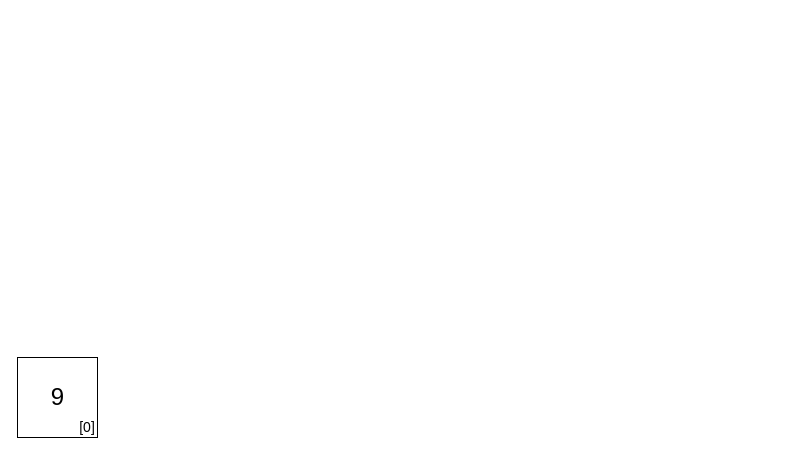
Bryan0324/fudan_cppclass keeps this draw.io diagram as 講義/pic/SegTree.drawio. Above is the earlier version. Source tidied: cells renumbered, new cells numbered last; positions are measured from the earlier drawing's top-left corner, leaving out a move shared by most shapes. Both pictures are drawn from the tidied source at 100%, with x=0, y=0 at pixel (17, 357).
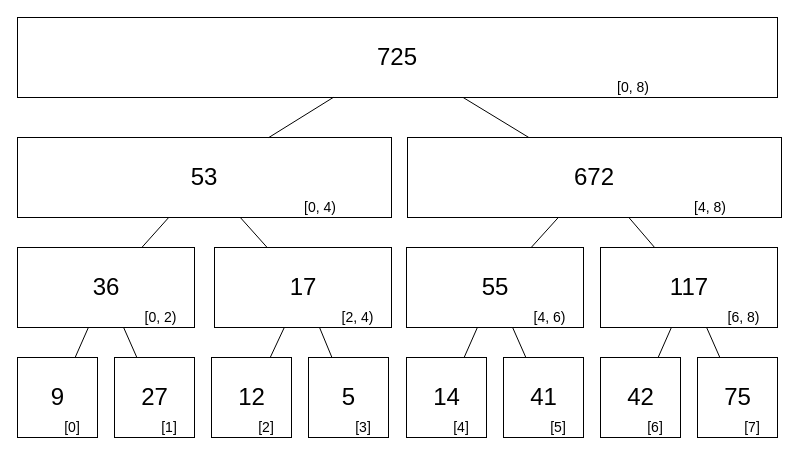
The same page after the edit.

Change to the diagram source:
```diff
@@
+    <mxCell id="5" style="group;" parent="1" vertex="1">
+      <mxGeometry width="80" height="80" as="geometry" />
+    </mxCell>
-    <mxCell id="2" style="rounded=0;whiteSpace=wrap;html=1;" parent="1" vertex="1">
+    <mxCell id="2" style="rounded=0;whiteSpace=wrap;html=1;" parent="5" vertex="1">
       <mxGeometry width="80" height="80" as="geometry" />
     </mxCell>
-    <mxCell id="3" value="&lt;font style=&quot;font-size: 24px;&quot;&gt;9&lt;/font&gt;" style="text;html=1;align=center;verticalAlign=middle;whiteSpace=wrap;rounded=0;" parent="1" vertex="1">
+    <mxCell id="3" value="&lt;font style=&quot;font-size: 24px;&quot;&gt;9&lt;/font&gt;" style="text;html=1;align=center;verticalAlign=middle;whiteSpace=wrap;rounded=0;" parent="5" vertex="1">
       <mxGeometry x="17.5" y="25" width="45" height="30" as="geometry" />
     </mxCell>
-    <mxCell id="4" value="&lt;font style=&quot;font-size: 14px;&quot;&gt;[0]&lt;/font&gt;" style="text;html=1;align=center;verticalAlign=middle;whiteSpace=wrap;rounded=0;" parent="1" vertex="1">
-      <mxGeometry x="50" y="60" width="40" height="20" as="geometry" />
+    <mxCell id="4" value="&lt;font style=&quot;font-size: 14px;&quot;&gt;[0]&lt;/font&gt;" style="text;html=1;align=center;verticalAlign=middle;whiteSpace=wrap;rounded=0;" parent="5" vertex="1">
+      <mxGeometry x="30" y="60" width="50" height="20" as="geometry" />
     </mxCell>
+    <mxCell id="6" style="group;" parent="1" vertex="1">
+      <mxGeometry x="97" width="80" height="80" as="geometry" />
+    </mxCell>
+    <mxCell id="7" style="rounded=0;whiteSpace=wrap;html=1;" parent="6" vertex="1">
+      <mxGeometry width="80" height="80" as="geometry" />
+    </mxCell>
+    <mxCell id="8" value="&lt;font style=&quot;font-size: 24px;&quot;&gt;27&lt;/font&gt;" style="text;html=1;align=center;verticalAlign=middle;whiteSpace=wrap;rounded=0;" parent="6" vertex="1">
+      <mxGeometry x="17.5" y="25" width="45" height="30" as="geometry" />
+    </mxCell>
+    <mxCell id="9" value="&lt;font style=&quot;font-size: 14px;&quot;&gt;[1]&lt;/font&gt;" style="text;html=1;align=center;verticalAlign=middle;whiteSpace=wrap;rounded=0;" parent="6" vertex="1">
+      <mxGeometry x="30" y="60" width="50" height="20" as="geometry" />
+    </mxCell>
+    <mxCell id="10" style="group;" parent="1" vertex="1">
+      <mxGeometry x="194" width="80" height="80" as="geometry" />
+    </mxCell>
+    <mxCell id="11" style="rounded=0;whiteSpace=wrap;html=1;" parent="10" vertex="1">
+      <mxGeometry width="80" height="80" as="geometry" />
+    </mxCell>
+    <mxCell id="12" value="&lt;font style=&quot;font-size: 24px;&quot;&gt;12&lt;/font&gt;" style="text;html=1;align=center;verticalAlign=middle;whiteSpace=wrap;rounded=0;" parent="10" vertex="1">
+      <mxGeometry x="17.5" y="25" width="45" height="30" as="geometry" />
+    </mxCell>
+    <mxCell id="13" value="&lt;font style=&quot;font-size: 14px;&quot;&gt;[2]&lt;/font&gt;" style="text;html=1;align=center;verticalAlign=middle;whiteSpace=wrap;rounded=0;" parent="10" vertex="1">
+      <mxGeometry x="30" y="60" width="50" height="20" as="geometry" />
+    </mxCell>
+    <mxCell id="14" style="group;" parent="1" vertex="1">
+      <mxGeometry x="291" width="80" height="80" as="geometry" />
+    </mxCell>
+    <mxCell id="15" style="rounded=0;whiteSpace=wrap;html=1;" parent="14" vertex="1">
+      <mxGeometry width="80" height="80" as="geometry" />
+    </mxCell>
+    <mxCell id="16" value="&lt;font style=&quot;font-size: 24px;&quot;&gt;5&lt;/font&gt;" style="text;html=1;align=center;verticalAlign=middle;whiteSpace=wrap;rounded=0;" parent="14" vertex="1">
+      <mxGeometry x="17.5" y="25" width="45" height="30" as="geometry" />
+    </mxCell>
+    <mxCell id="17" value="&lt;font style=&quot;font-size: 14px;&quot;&gt;[3]&lt;/font&gt;" style="text;html=1;align=center;verticalAlign=middle;whiteSpace=wrap;rounded=0;" parent="14" vertex="1">
+      <mxGeometry x="30" y="60" width="50" height="20" as="geometry" />
+    </mxCell>
+    <mxCell id="18" style="group;" parent="1" vertex="1">
+      <mxGeometry x="389" width="80" height="80" as="geometry" />
+    </mxCell>
+    <mxCell id="19" style="rounded=0;whiteSpace=wrap;html=1;" parent="18" vertex="1">
+      <mxGeometry width="80" height="80" as="geometry" />
+    </mxCell>
+    <mxCell id="20" value="&lt;span style=&quot;font-size: 24px;&quot;&gt;14&lt;/span&gt;" style="text;html=1;align=center;verticalAlign=middle;whiteSpace=wrap;rounded=0;" parent="18" vertex="1">
+      <mxGeometry x="17.5" y="25" width="45" height="30" as="geometry" />
+    </mxCell>
+    <mxCell id="21" value="&lt;font style=&quot;font-size: 14px;&quot;&gt;[4]&lt;/font&gt;" style="text;html=1;align=center;verticalAlign=middle;whiteSpace=wrap;rounded=0;" parent="18" vertex="1">
+      <mxGeometry x="30" y="60" width="50" height="20" as="geometry" />
+    </mxCell>
+    <mxCell id="22" style="group;" parent="1" vertex="1">
+      <mxGeometry x="486" width="80" height="80" as="geometry" />
+    </mxCell>
+    <mxCell id="23" style="rounded=0;whiteSpace=wrap;html=1;" parent="22" vertex="1">
+      <mxGeometry width="80" height="80" as="geometry" />
+    </mxCell>
+    <mxCell id="24" value="&lt;font style=&quot;font-size: 24px;&quot;&gt;41&lt;/font&gt;" style="text;html=1;align=center;verticalAlign=middle;whiteSpace=wrap;rounded=0;" parent="22" vertex="1">
+      <mxGeometry x="17.5" y="25" width="45" height="30" as="geometry" />
+    </mxCell>
+    <mxCell id="25" value="&lt;font style=&quot;font-size: 14px;&quot;&gt;[5]&lt;/font&gt;" style="text;html=1;align=center;verticalAlign=middle;whiteSpace=wrap;rounded=0;" parent="22" vertex="1">
+      <mxGeometry x="30" y="60" width="50" height="20" as="geometry" />
+    </mxCell>
+    <mxCell id="26" style="group;" parent="1" vertex="1">
+      <mxGeometry x="583" width="80" height="80" as="geometry" />
+    </mxCell>
+    <mxCell id="27" style="rounded=0;whiteSpace=wrap;html=1;" parent="26" vertex="1">
+      <mxGeometry width="80" height="80" as="geometry" />
+    </mxCell>
+    <mxCell id="28" value="&lt;span style=&quot;font-size: 24px;&quot;&gt;42&lt;/span&gt;" style="text;html=1;align=center;verticalAlign=middle;whiteSpace=wrap;rounded=0;" parent="26" vertex="1">
+      <mxGeometry x="17.5" y="25" width="45" height="30" as="geometry" />
+    </mxCell>
+    <mxCell id="29" value="&lt;font style=&quot;font-size: 14px;&quot;&gt;[6]&lt;/font&gt;" style="text;html=1;align=center;verticalAlign=middle;whiteSpace=wrap;rounded=0;" parent="26" vertex="1">
+      <mxGeometry x="30" y="60" width="50" height="20" as="geometry" />
+    </mxCell>
+    <mxCell id="30" style="group;" parent="1" vertex="1">
+      <mxGeometry x="680" width="80" height="80" as="geometry" />
+    </mxCell>
+    <mxCell id="31" style="rounded=0;whiteSpace=wrap;html=1;" parent="30" vertex="1">
+      <mxGeometry width="80" height="80" as="geometry" />
+    </mxCell>
+    <mxCell id="32" value="&lt;font style=&quot;font-size: 24px;&quot;&gt;75&lt;/font&gt;" style="text;html=1;align=center;verticalAlign=middle;whiteSpace=wrap;rounded=0;" parent="30" vertex="1">
+      <mxGeometry x="17.5" y="25" width="45" height="30" as="geometry" />
+    </mxCell>
+    <mxCell id="33" value="&lt;font style=&quot;font-size: 14px;&quot;&gt;[7]&lt;/font&gt;" style="text;html=1;align=center;verticalAlign=middle;whiteSpace=wrap;rounded=0;" parent="30" vertex="1">
+      <mxGeometry x="30" y="60" width="50" height="20" as="geometry" />
+    </mxCell>
+    <mxCell id="34" style="group;" parent="1" vertex="1">
+      <mxGeometry y="-110" width="177" height="80" as="geometry" />
+    </mxCell>
+    <mxCell id="35" style="rounded=0;whiteSpace=wrap;html=1;" parent="34" vertex="1">
+      <mxGeometry width="177" height="80" as="geometry" />
+    </mxCell>
+    <mxCell id="36" value="&lt;font style=&quot;font-size: 24px;&quot;&gt;36&lt;/font&gt;" style="text;html=1;align=center;verticalAlign=middle;whiteSpace=wrap;rounded=0;" parent="34" vertex="1">
+      <mxGeometry x="38.7" y="25" width="99.6" height="30" as="geometry" />
+    </mxCell>
+    <mxCell id="37" value="&lt;font style=&quot;font-size: 14px;&quot;&gt;[0, 2)&lt;/font&gt;" style="text;html=1;align=center;verticalAlign=middle;whiteSpace=wrap;rounded=0;" parent="34" vertex="1">
+      <mxGeometry x="110" y="60" width="67" height="20" as="geometry" />
+    </mxCell>
+    <mxCell id="38" style="group;" parent="1" vertex="1">
+      <mxGeometry x="197" y="-110" width="177" height="80" as="geometry" />
+    </mxCell>
+    <mxCell id="39" style="rounded=0;whiteSpace=wrap;html=1;" parent="38" vertex="1">
+      <mxGeometry width="177" height="80" as="geometry" />
+    </mxCell>
+    <mxCell id="40" value="&lt;font style=&quot;font-size: 24px;&quot;&gt;17&lt;/font&gt;" style="text;html=1;align=center;verticalAlign=middle;whiteSpace=wrap;rounded=0;" parent="38" vertex="1">
+      <mxGeometry x="38.7" y="25" width="99.6" height="30" as="geometry" />
+    </mxCell>
+    <mxCell id="41" value="&lt;font style=&quot;font-size: 14px;&quot;&gt;[2, 4)&lt;/font&gt;" style="text;html=1;align=center;verticalAlign=middle;whiteSpace=wrap;rounded=0;" parent="38" vertex="1">
+      <mxGeometry x="110" y="60" width="67" height="20" as="geometry" />
+    </mxCell>
+    <mxCell id="42" style="group;" parent="1" vertex="1">
+      <mxGeometry x="389" y="-110" width="177" height="80" as="geometry" />
+    </mxCell>
+    <mxCell id="43" style="rounded=0;whiteSpace=wrap;html=1;" parent="42" vertex="1">
+      <mxGeometry width="177" height="80" as="geometry" />
+    </mxCell>
+    <mxCell id="44" value="&lt;font style=&quot;font-size: 24px;&quot;&gt;55&lt;/font&gt;" style="text;html=1;align=center;verticalAlign=middle;whiteSpace=wrap;rounded=0;" parent="42" vertex="1">
+      <mxGeometry x="38.7" y="25" width="99.6" height="30" as="geometry" />
+    </mxCell>
+    <mxCell id="45" value="&lt;font style=&quot;font-size: 14px;&quot;&gt;[4, 6)&lt;/font&gt;" style="text;html=1;align=center;verticalAlign=middle;whiteSpace=wrap;rounded=0;" parent="42" vertex="1">
+      <mxGeometry x="110" y="60" width="67" height="20" as="geometry" />
+    </mxCell>
+    <mxCell id="46" style="group;" parent="1" vertex="1">
+      <mxGeometry x="583" y="-110" width="177" height="80" as="geometry" />
+    </mxCell>
+    <mxCell id="47" style="rounded=0;whiteSpace=wrap;html=1;" parent="46" vertex="1">
+      <mxGeometry width="177" height="80" as="geometry" />
+    </mxCell>
+    <mxCell id="48" value="&lt;font style=&quot;font-size: 24px;&quot;&gt;117&lt;/font&gt;" style="text;html=1;align=center;verticalAlign=middle;whiteSpace=wrap;rounded=0;" parent="46" vertex="1">
+      <mxGeometry x="38.7" y="25" width="99.6" height="30" as="geometry" />
+    </mxCell>
+    <mxCell id="49" value="&lt;font style=&quot;font-size: 14px;&quot;&gt;[6, 8)&lt;/font&gt;" style="text;html=1;align=center;verticalAlign=middle;whiteSpace=wrap;rounded=0;" parent="46" vertex="1">
+      <mxGeometry x="110" y="60" width="67" height="20" as="geometry" />
+    </mxCell>
+    <mxCell id="50" style="group;" parent="1" vertex="1">
+      <mxGeometry y="-220" width="374" height="80" as="geometry" />
+    </mxCell>
+    <mxCell id="51" style="rounded=0;whiteSpace=wrap;html=1;" parent="50" vertex="1">
+      <mxGeometry width="374" height="80" as="geometry" />
+    </mxCell>
+    <mxCell id="52" value="&lt;span style=&quot;font-size: 24px;&quot;&gt;53&lt;/span&gt;" style="text;html=1;align=center;verticalAlign=middle;whiteSpace=wrap;rounded=0;" parent="50" vertex="1">
+      <mxGeometry x="81.8" y="25" width="210.4" height="30" as="geometry" />
+    </mxCell>
+    <mxCell id="53" value="&lt;font style=&quot;font-size: 14px;&quot;&gt;[0, 4)&lt;/font&gt;" style="text;html=1;align=center;verticalAlign=middle;whiteSpace=wrap;rounded=0;" parent="50" vertex="1">
+      <mxGeometry x="232.4" y="60" width="141.6" height="20" as="geometry" />
+    </mxCell>
+    <mxCell id="54" style="group;" parent="1" vertex="1">
+      <mxGeometry x="390" y="-220" width="374" height="80" as="geometry" />
+    </mxCell>
+    <mxCell id="55" style="rounded=0;whiteSpace=wrap;html=1;" parent="54" vertex="1">
+      <mxGeometry width="374" height="80" as="geometry" />
+    </mxCell>
+    <mxCell id="56" value="&lt;font style=&quot;font-size: 24px;&quot;&gt;672&lt;/font&gt;" style="text;html=1;align=center;verticalAlign=middle;whiteSpace=wrap;rounded=0;" parent="54" vertex="1">
+      <mxGeometry x="81.8" y="25" width="210.4" height="30" as="geometry" />
+    </mxCell>
+    <mxCell id="57" value="&lt;font style=&quot;font-size: 14px;&quot;&gt;[4, 8)&lt;/font&gt;" style="text;html=1;align=center;verticalAlign=middle;whiteSpace=wrap;rounded=0;" parent="54" vertex="1">
+      <mxGeometry x="232.4" y="60" width="141.6" height="20" as="geometry" />
+    </mxCell>
+    <mxCell id="58" style="group;" parent="1" vertex="1">
+      <mxGeometry y="-340" width="760" height="80" as="geometry" />
+    </mxCell>
+    <mxCell id="59" style="rounded=0;whiteSpace=wrap;html=1;" parent="58" vertex="1">
+      <mxGeometry width="760" height="80" as="geometry" />
+    </mxCell>
+    <mxCell id="60" value="&lt;span style=&quot;font-size: 24px;&quot;&gt;725&lt;/span&gt;" style="text;html=1;align=center;verticalAlign=middle;whiteSpace=wrap;rounded=0;" parent="58" vertex="1">
+      <mxGeometry x="166.2" y="25" width="427.5" height="30" as="geometry" />
+    </mxCell>
+    <mxCell id="61" value="&lt;font style=&quot;font-size: 14px;&quot;&gt;[0, 8)&lt;/font&gt;" style="text;html=1;align=center;verticalAlign=middle;whiteSpace=wrap;rounded=0;" parent="58" vertex="1">
+      <mxGeometry x="472.3" y="60" width="287.7" height="20" as="geometry" />
+    </mxCell>
+    <mxCell id="62" style="endArrow=none;html=1;rounded=0;" parent="1" edge="1" source="59" target="55">
+      <mxGeometry relative="1" as="geometry" />
+    </mxCell>
+    <mxCell id="63" style="endArrow=none;html=1;rounded=0;" parent="1" edge="1" source="59" target="51">
+      <mxGeometry relative="1" as="geometry" />
+    </mxCell>
+    <mxCell id="64" style="endArrow=none;html=1;rounded=0;" parent="1" edge="1" source="35" target="2">
+      <mxGeometry relative="1" as="geometry" />
+    </mxCell>
+    <mxCell id="65" style="endArrow=none;html=1;rounded=0;" parent="1" edge="1" source="35" target="7">
+      <mxGeometry relative="1" as="geometry" />
+    </mxCell>
+    <mxCell id="66" style="endArrow=none;html=1;rounded=0;" parent="1" edge="1" source="39" target="11">
+      <mxGeometry relative="1" as="geometry" />
+    </mxCell>
+    <mxCell id="67" style="endArrow=none;html=1;rounded=0;" parent="1" edge="1" source="39" target="15">
+      <mxGeometry relative="1" as="geometry" />
+    </mxCell>
+    <mxCell id="68" style="endArrow=none;html=1;rounded=0;" parent="1" edge="1" source="43" target="19">
+      <mxGeometry relative="1" as="geometry" />
+    </mxCell>
+    <mxCell id="69" style="endArrow=none;html=1;rounded=0;" parent="1" edge="1" source="43" target="23">
+      <mxGeometry relative="1" as="geometry" />
+    </mxCell>
+    <mxCell id="70" style="endArrow=none;html=1;rounded=0;" parent="1" edge="1" source="47" target="27">
+      <mxGeometry relative="1" as="geometry" />
+    </mxCell>
+    <mxCell id="71" style="endArrow=none;html=1;rounded=0;" parent="1" edge="1" source="47" target="31">
+      <mxGeometry relative="1" as="geometry" />
+    </mxCell>
+    <mxCell id="72" style="endArrow=none;html=1;rounded=0;" parent="1" edge="1" source="55" target="47">
+      <mxGeometry relative="1" as="geometry" />
+    </mxCell>
+    <mxCell id="73" style="endArrow=none;html=1;rounded=0;" parent="1" edge="1" source="55" target="43">
+      <mxGeometry relative="1" as="geometry" />
+    </mxCell>
+    <mxCell id="74" style="endArrow=none;html=1;rounded=0;" parent="1" edge="1" source="51" target="39">
+      <mxGeometry relative="1" as="geometry" />
+    </mxCell>
+    <mxCell id="75" style="endArrow=none;html=1;rounded=0;" parent="1" edge="1" source="51" target="35">
+      <mxGeometry relative="1" as="geometry" />
+    </mxCell>
```
